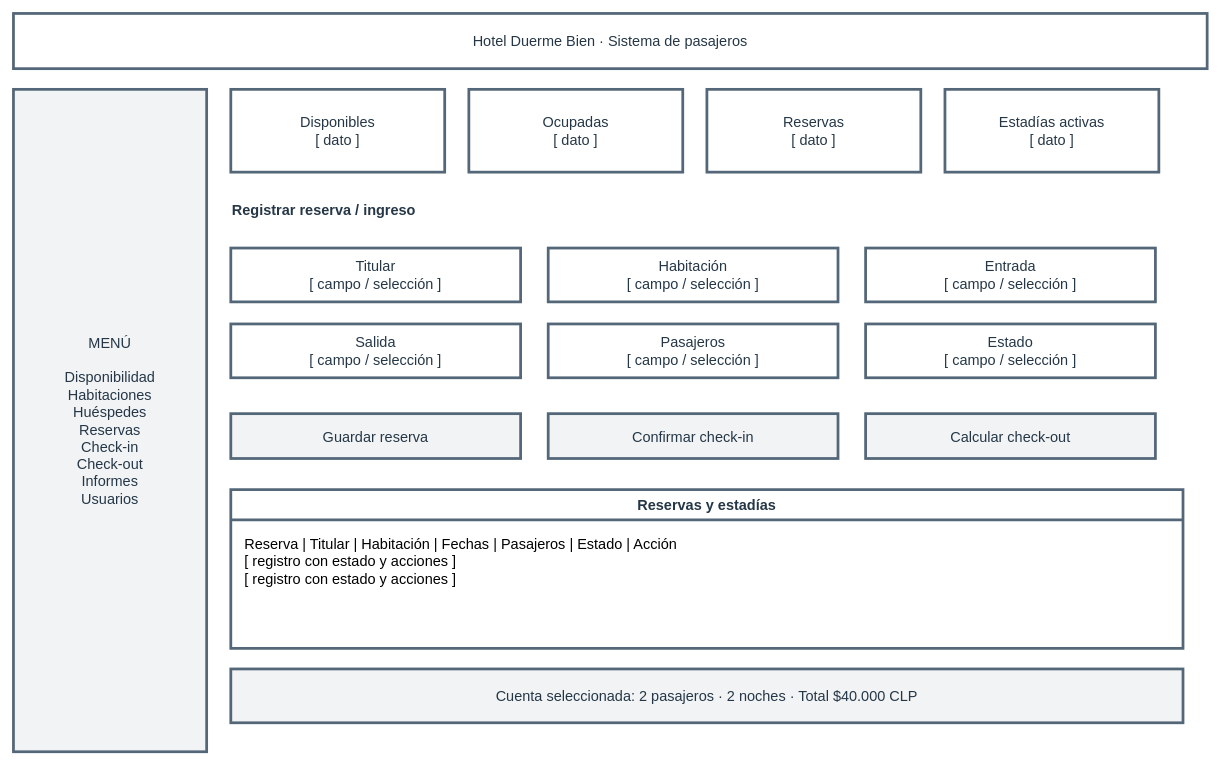
Above: diagramas-editables/wireframe-completo.drawio in Yutre3/hotel-duerme-bien (draw.io), before the change. Source tidied: cells renumbered, new cells numbered last; positions are measured from the earlier drawing's top-left corner, leaving out a move shared by most shapes. Both pictures are drawn from the tidied source at 69%, with x=0, y=0 at pixel (13, 13).
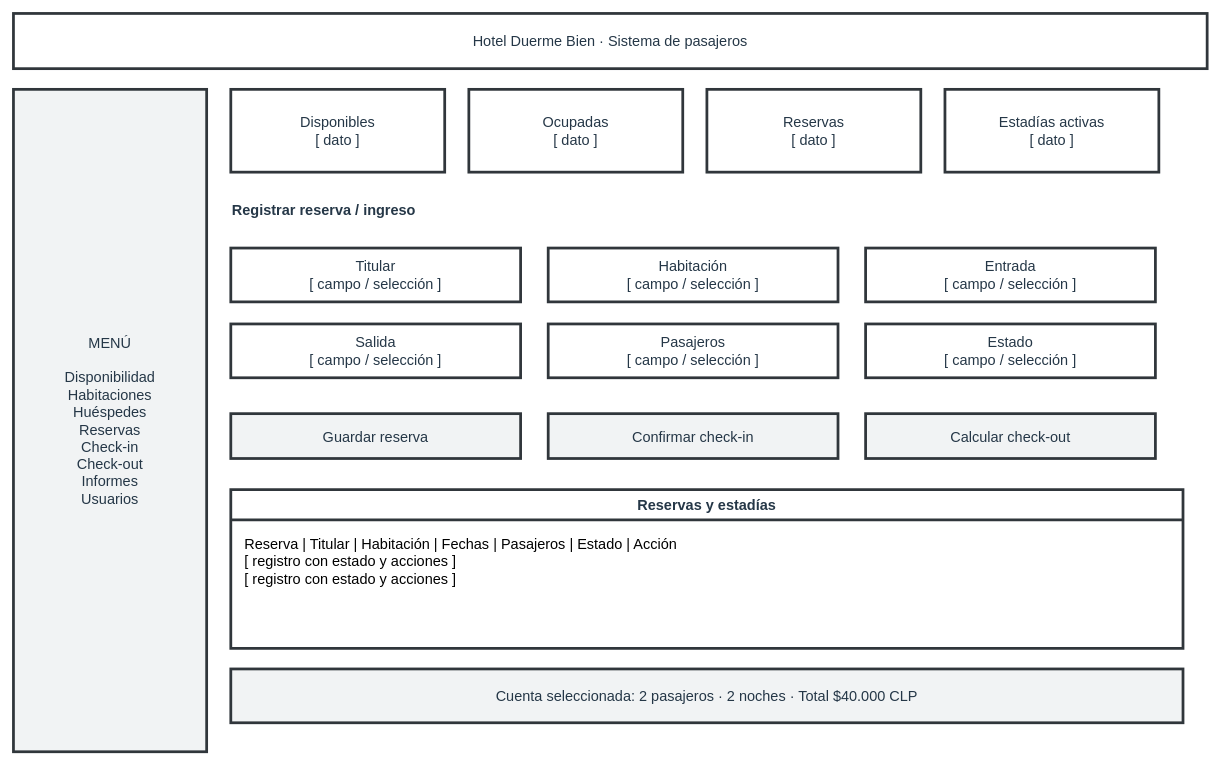
Above is the later version.

Change to the diagram source:
```diff
@@
-    <mxCell id="2" value="Hotel Duerme Bien · Sistema de pasajeros" style="rounded=0;html=0;whiteSpace=wrap;strokeColor=#546778;strokeWidth=4;fillColor=#ffffff;fontColor=#253747;fontSize=21;" parent="1" vertex="1">
+    <mxCell id="2" value="Hotel Duerme Bien · Sistema de pasajeros" style="rounded=0;html=0;whiteSpace=wrap;strokeColor=#30363b;strokeWidth=4;fillColor=#ffffff;fontColor=#253747;fontSize=21;" parent="1" vertex="1">
       <mxGeometry width="1730" height="80" as="geometry" />
     </mxCell>
-    <mxCell id="3" value="MENÚ&#10;&#10;Disponibilidad&#10;Habitaciones&#10;Huéspedes&#10;Reservas&#10;Check-in&#10;Check-out&#10;Informes&#10;Usuarios" style="rounded=0;html=0;whiteSpace=wrap;strokeColor=#546778;strokeWidth=4;fillColor=#f1f3f4;fontColor=#253747;fontSize=21;" parent="1" vertex="1">
+    <mxCell id="3" value="MENÚ&#10;&#10;Disponibilidad&#10;Habitaciones&#10;Huéspedes&#10;Reservas&#10;Check-in&#10;Check-out&#10;Informes&#10;Usuarios" style="rounded=0;html=0;whiteSpace=wrap;strokeColor=#30363b;strokeWidth=4;fillColor=#f1f3f4;fontColor=#253747;fontSize=21;" parent="1" vertex="1">
       <mxGeometry y="110" width="280" height="960" as="geometry" />
     </mxCell>
-    <mxCell id="4" value="Disponibles&#10;[ dato ]" style="rounded=0;html=0;whiteSpace=wrap;strokeColor=#546778;strokeWidth=4;fillColor=#ffffff;fontColor=#253747;fontSize=21;" parent="1" vertex="1">
+    <mxCell id="4" value="Disponibles&#10;[ dato ]" style="rounded=0;html=0;whiteSpace=wrap;strokeColor=#30363b;strokeWidth=4;fillColor=#ffffff;fontColor=#253747;fontSize=21;" parent="1" vertex="1">
       <mxGeometry x="315" y="110" width="310" height="120" as="geometry" />
     </mxCell>
-    <mxCell id="5" value="Ocupadas&#10;[ dato ]" style="rounded=0;html=0;whiteSpace=wrap;strokeColor=#546778;strokeWidth=4;fillColor=#ffffff;fontColor=#253747;fontSize=21;" parent="1" vertex="1">
+    <mxCell id="5" value="Ocupadas&#10;[ dato ]" style="rounded=0;html=0;whiteSpace=wrap;strokeColor=#30363b;strokeWidth=4;fillColor=#ffffff;fontColor=#253747;fontSize=21;" parent="1" vertex="1">
       <mxGeometry x="660" y="110" width="310" height="120" as="geometry" />
     </mxCell>
-    <mxCell id="6" value="Reservas&#10;[ dato ]" style="rounded=0;html=0;whiteSpace=wrap;strokeColor=#546778;strokeWidth=4;fillColor=#ffffff;fontColor=#253747;fontSize=21;" parent="1" vertex="1">
+    <mxCell id="6" value="Reservas&#10;[ dato ]" style="rounded=0;html=0;whiteSpace=wrap;strokeColor=#30363b;strokeWidth=4;fillColor=#ffffff;fontColor=#253747;fontSize=21;" parent="1" vertex="1">
       <mxGeometry x="1005" y="110" width="310" height="120" as="geometry" />
     </mxCell>
-    <mxCell id="7" value="Estadías activas&#10;[ dato ]" style="rounded=0;html=0;whiteSpace=wrap;strokeColor=#546778;strokeWidth=4;fillColor=#ffffff;fontColor=#253747;fontSize=21;" parent="1" vertex="1">
+    <mxCell id="7" value="Estadías activas&#10;[ dato ]" style="rounded=0;html=0;whiteSpace=wrap;strokeColor=#30363b;strokeWidth=4;fillColor=#ffffff;fontColor=#253747;fontSize=21;" parent="1" vertex="1">
       <mxGeometry x="1350" y="110" width="310" height="120" as="geometry" />
     </mxCell>
-    <mxCell id="8" value="Registrar reserva / ingreso" style="text;strokeColor=none;fillColor=none;align=left;html=0;whiteSpace=wrap;strokeColor=#546778;strokeWidth=4;fillColor=#ffffff;fontColor=#253747;fontSize=21;fontStyle=1;strokeColor=none;fillColor=none;" parent="1" vertex="1">
+    <mxCell id="8" value="Registrar reserva / ingreso" style="text;strokeColor=none;fillColor=none;align=left;html=0;whiteSpace=wrap;strokeColor=#30363b;strokeWidth=4;fillColor=#ffffff;fontColor=#253747;fontSize=21;fontStyle=1;strokeColor=none;fillColor=none;" parent="1" vertex="1">
       <mxGeometry x="315" y="265" width="1380" height="55" as="geometry" />
     </mxCell>
-    <mxCell id="9" value="Titular&#10;[ campo / selección ]" style="rounded=0;html=0;whiteSpace=wrap;strokeColor=#546778;strokeWidth=4;fillColor=#ffffff;fontColor=#253747;fontSize=21;" parent="1" vertex="1">
+    <mxCell id="9" value="Titular&#10;[ campo / selección ]" style="rounded=0;html=0;whiteSpace=wrap;strokeColor=#30363b;strokeWidth=4;fillColor=#ffffff;fontColor=#253747;fontSize=21;" parent="1" vertex="1">
       <mxGeometry x="315" y="340" width="420" height="78" as="geometry" />
     </mxCell>
-    <mxCell id="10" value="Habitación&#10;[ campo / selección ]" style="rounded=0;html=0;whiteSpace=wrap;strokeColor=#546778;strokeWidth=4;fillColor=#ffffff;fontColor=#253747;fontSize=21;" parent="1" vertex="1">
+    <mxCell id="10" value="Habitación&#10;[ campo / selección ]" style="rounded=0;html=0;whiteSpace=wrap;strokeColor=#30363b;strokeWidth=4;fillColor=#ffffff;fontColor=#253747;fontSize=21;" parent="1" vertex="1">
       <mxGeometry x="775" y="340" width="420" height="78" as="geometry" />
     </mxCell>
-    <mxCell id="11" value="Entrada&#10;[ campo / selección ]" style="rounded=0;html=0;whiteSpace=wrap;strokeColor=#546778;strokeWidth=4;fillColor=#ffffff;fontColor=#253747;fontSize=21;" parent="1" vertex="1">
+    <mxCell id="11" value="Entrada&#10;[ campo / selección ]" style="rounded=0;html=0;whiteSpace=wrap;strokeColor=#30363b;strokeWidth=4;fillColor=#ffffff;fontColor=#253747;fontSize=21;" parent="1" vertex="1">
       <mxGeometry x="1235" y="340" width="420" height="78" as="geometry" />
     </mxCell>
-    <mxCell id="12" value="Salida&#10;[ campo / selección ]" style="rounded=0;html=0;whiteSpace=wrap;strokeColor=#546778;strokeWidth=4;fillColor=#ffffff;fontColor=#253747;fontSize=21;" parent="1" vertex="1">
+    <mxCell id="12" value="Salida&#10;[ campo / selección ]" style="rounded=0;html=0;whiteSpace=wrap;strokeColor=#30363b;strokeWidth=4;fillColor=#ffffff;fontColor=#253747;fontSize=21;" parent="1" vertex="1">
       <mxGeometry x="315" y="450" width="420" height="78" as="geometry" />
     </mxCell>
-    <mxCell id="13" value="Pasajeros&#10;[ campo / selección ]" style="rounded=0;html=0;whiteSpace=wrap;strokeColor=#546778;strokeWidth=4;fillColor=#ffffff;fontColor=#253747;fontSize=21;" parent="1" vertex="1">
+    <mxCell id="13" value="Pasajeros&#10;[ campo / selección ]" style="rounded=0;html=0;whiteSpace=wrap;strokeColor=#30363b;strokeWidth=4;fillColor=#ffffff;fontColor=#253747;fontSize=21;" parent="1" vertex="1">
       <mxGeometry x="775" y="450" width="420" height="78" as="geometry" />
     </mxCell>
-    <mxCell id="14" value="Estado&#10;[ campo / selección ]" style="rounded=0;html=0;whiteSpace=wrap;strokeColor=#546778;strokeWidth=4;fillColor=#ffffff;fontColor=#253747;fontSize=21;" parent="1" vertex="1">
+    <mxCell id="14" value="Estado&#10;[ campo / selección ]" style="rounded=0;html=0;whiteSpace=wrap;strokeColor=#30363b;strokeWidth=4;fillColor=#ffffff;fontColor=#253747;fontSize=21;" parent="1" vertex="1">
       <mxGeometry x="1235" y="450" width="420" height="78" as="geometry" />
     </mxCell>
-    <mxCell id="15" value="Guardar reserva" style="rounded=0;html=0;whiteSpace=wrap;strokeColor=#546778;strokeWidth=4;fillColor=#f1f3f4;fontColor=#253747;fontSize=21;" parent="1" vertex="1">
+    <mxCell id="15" value="Guardar reserva" style="rounded=0;html=0;whiteSpace=wrap;strokeColor=#30363b;strokeWidth=4;fillColor=#f1f3f4;fontColor=#253747;fontSize=21;" parent="1" vertex="1">
       <mxGeometry x="315" y="580" width="420" height="65" as="geometry" />
     </mxCell>
-    <mxCell id="16" value="Confirmar check-in" style="rounded=0;html=0;whiteSpace=wrap;strokeColor=#546778;strokeWidth=4;fillColor=#f1f3f4;fontColor=#253747;fontSize=21;" parent="1" vertex="1">
+    <mxCell id="16" value="Confirmar check-in" style="rounded=0;html=0;whiteSpace=wrap;strokeColor=#30363b;strokeWidth=4;fillColor=#f1f3f4;fontColor=#253747;fontSize=21;" parent="1" vertex="1">
       <mxGeometry x="775" y="580" width="420" height="65" as="geometry" />
     </mxCell>
-    <mxCell id="17" value="Calcular check-out" style="rounded=0;html=0;whiteSpace=wrap;strokeColor=#546778;strokeWidth=4;fillColor=#f1f3f4;fontColor=#253747;fontSize=21;" parent="1" vertex="1">
+    <mxCell id="17" value="Calcular check-out" style="rounded=0;html=0;whiteSpace=wrap;strokeColor=#30363b;strokeWidth=4;fillColor=#f1f3f4;fontColor=#253747;fontSize=21;" parent="1" vertex="1">
       <mxGeometry x="1235" y="580" width="420" height="65" as="geometry" />
     </mxCell>
-    <mxCell id="18" value="Reservas y estadías" style="shape=swimlane;startSize=44;horizontal=1;html=0;whiteSpace=wrap;strokeColor=#546778;strokeWidth=4;fillColor=#ffffff;fontColor=#253747;fontSize=21;fontStyle=1;" parent="1" vertex="1">
+    <mxCell id="18" value="Reservas y estadías" style="shape=swimlane;startSize=44;horizontal=1;html=0;whiteSpace=wrap;strokeColor=#30363b;strokeWidth=4;fillColor=#ffffff;fontColor=#253747;fontSize=21;fontStyle=1;" parent="1" vertex="1">
       <mxGeometry x="315" y="690" width="1380" height="230" as="geometry" />
     </mxCell>
@@
-    <mxCell id="20" value="Cuenta seleccionada: 2 pasajeros · 2 noches · Total $40.000 CLP" style="rounded=0;html=0;whiteSpace=wrap;strokeColor=#546778;strokeWidth=4;fillColor=#f1f3f4;fontColor=#253747;fontSize=21;" parent="1" vertex="1">
+    <mxCell id="20" value="Cuenta seleccionada: 2 pasajeros · 2 noches · Total $40.000 CLP" style="rounded=0;html=0;whiteSpace=wrap;strokeColor=#30363b;strokeWidth=4;fillColor=#f1f3f4;fontColor=#253747;fontSize=21;" parent="1" vertex="1">
       <mxGeometry x="315" y="950" width="1380" height="78" as="geometry" />
     </mxCell>
```
